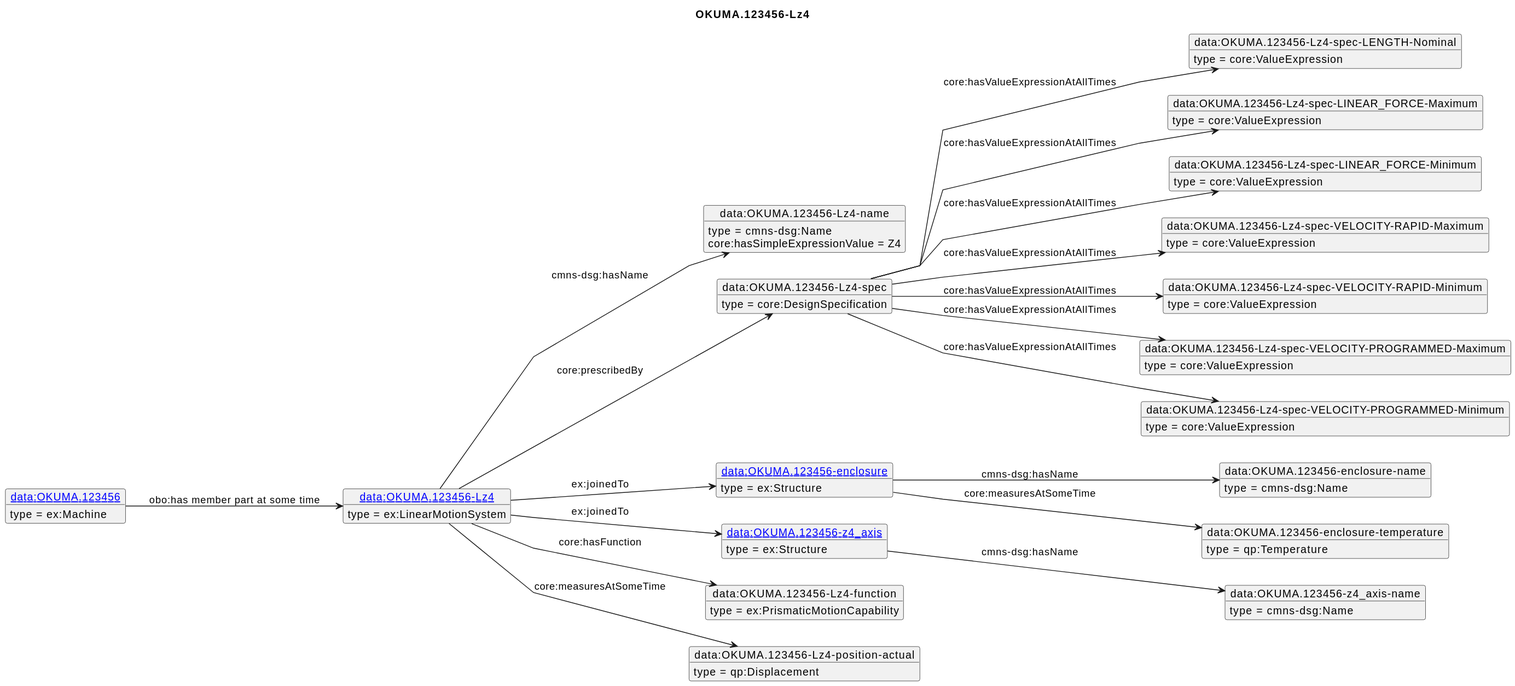
Before: diagrams/OKUMA.123456-Lz4.svg, a diagram exported from PlantUML (iofoundry/example-syseng-mtconnect). The source it was exported from:
```plantuml
@startuml
skinparam linetype polyline
left to right direction
title OKUMA.123456-Lz4
object "[[./OKUMA.123456-Lz4.html data:OKUMA.123456-Lz4]]" as o1 {
 type = ex:LinearMotionSystem
 }
object "data:OKUMA.123456-Lz4-name" as o2 {
 type = cmns-dsg:Name
 }
object "data:OKUMA.123456-Lz4-spec" as o3 {
 type = core:DesignSpecification
 }
object "data:OKUMA.123456-Lz4-spec-LENGTH-Nominal" as o4 {
 type = core:ValueExpression
 }
object "data:OKUMA.123456-Lz4-spec-LINEAR_FORCE-Maximum" as o5 {
 type = core:ValueExpression
 }
object "data:OKUMA.123456-Lz4-spec-LINEAR_FORCE-Minimum" as o6 {
 type = core:ValueExpression
 }
object "data:OKUMA.123456-Lz4-spec-VELOCITY-RAPID-Maximum" as o7 {
 type = core:ValueExpression
 }
object "data:OKUMA.123456-Lz4-spec-VELOCITY-RAPID-Minimum" as o8 {
 type = core:ValueExpression
 }
object "data:OKUMA.123456-Lz4-spec-VELOCITY-PROGRAMMED-Maximum" as o9 {
 type = core:ValueExpression
 }
object "data:OKUMA.123456-Lz4-spec-VELOCITY-PROGRAMMED-Minimum" as o10 {
 type = core:ValueExpression
 }
object "[[./OKUMA.123456-enclosure.html data:OKUMA.123456-enclosure]]" as o11 {
 type = ex:Structure
 }
object "data:OKUMA.123456-enclosure-name" as o12 {
 type = cmns-dsg:Name
 }
object "data:OKUMA.123456-enclosure-temperature" as o13 {
 type = qp:Temperature
 }
object "[[./OKUMA.123456-z4_axis.html data:OKUMA.123456-z4_axis]]" as o14 {
 type = ex:Structure
 }
object "data:OKUMA.123456-z4_axis-name" as o15 {
 type = cmns-dsg:Name
 }
object "data:OKUMA.123456-Lz4-function" as o16 {
 type = ex:PrismaticMotionCapability
 }
object "data:OKUMA.123456-Lz4-position-actual" as o17 {
 type = qp:Displacement
 }
object "[[./OKUMA.123456.html data:OKUMA.123456]]" as o18 {
 type = ex:Machine
 }
o1 --> o2 : cmns-dsg:hasName
o2 : core:hasSimpleExpressionValue = Z4
o1 --> o3 : core:prescribedBy
o3 --> o4 : core:hasValueExpressionAtAllTimes
o3 --> o5 : core:hasValueExpressionAtAllTimes
o3 --> o6 : core:hasValueExpressionAtAllTimes
o3 --> o7 : core:hasValueExpressionAtAllTimes
o3 --> o8 : core:hasValueExpressionAtAllTimes
o3 --> o9 : core:hasValueExpressionAtAllTimes
o3 --> o10 : core:hasValueExpressionAtAllTimes
o1 --> o11 : ex:joinedTo
o11 --> o12 : cmns-dsg:hasName
o11 --> o13 : core:measuresAtSomeTime
o1 --> o14 : ex:joinedTo
o14 --> o15 : cmns-dsg:hasName
o1 --> o16 : core:hasFunction
o1 --> o17 : core:measuresAtSomeTime
o18 --> o1 : obo:has member part at some time
@enduml
```
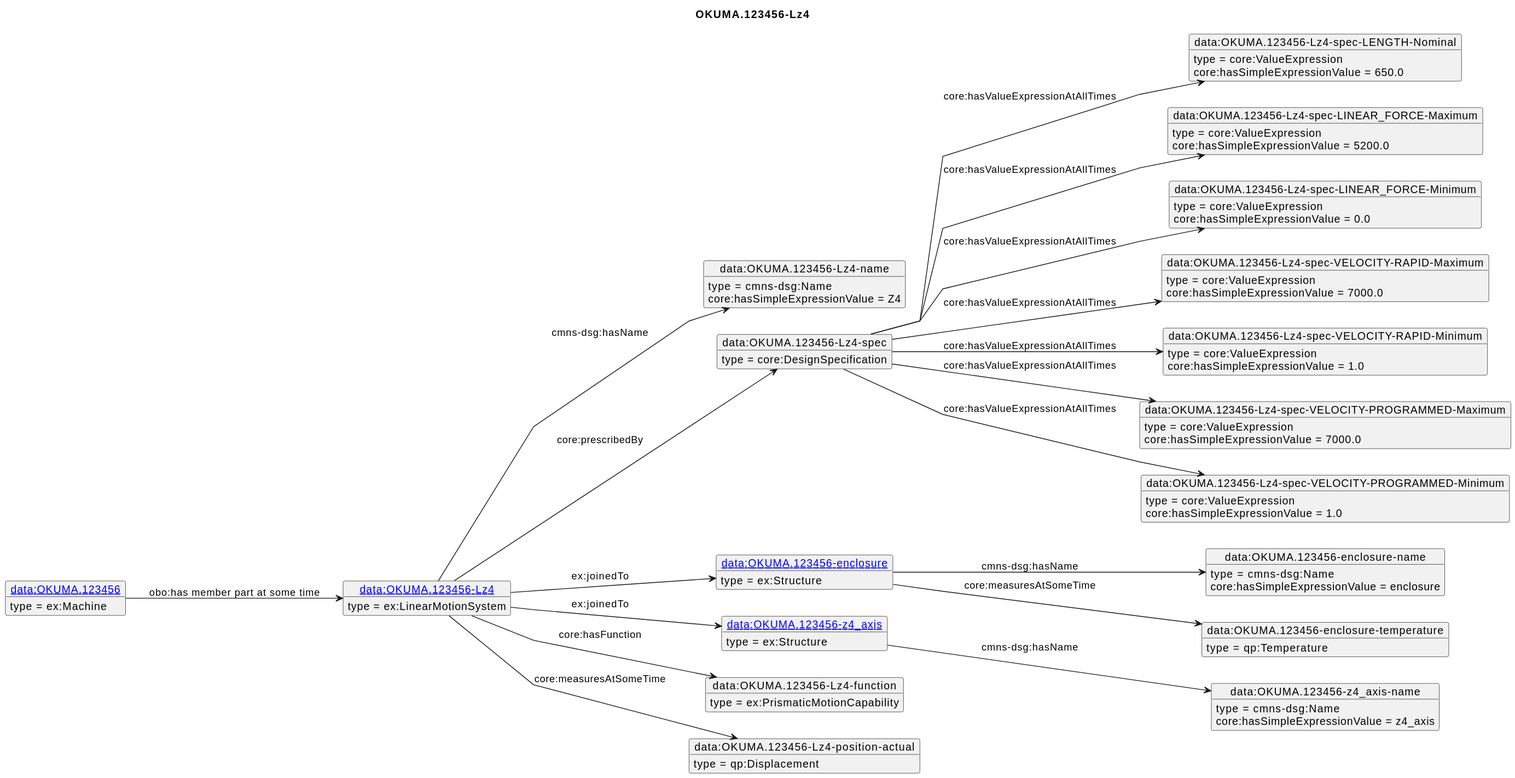
The same file after the commit.

Diff of the diagram source:
```diff
@@ -60,17 +60,26 @@
 o2 : core:hasSimpleExpressionValue = Z4
 o1 --> o3 : core:prescribedBy
 o3 --> o4 : core:hasValueExpressionAtAllTimes
+o4 : core:hasSimpleExpressionValue = 650.0
 o3 --> o5 : core:hasValueExpressionAtAllTimes
+o5 : core:hasSimpleExpressionValue = 5200.0
 o3 --> o6 : core:hasValueExpressionAtAllTimes
+o6 : core:hasSimpleExpressionValue = 0.0
 o3 --> o7 : core:hasValueExpressionAtAllTimes
+o7 : core:hasSimpleExpressionValue = 7000.0
 o3 --> o8 : core:hasValueExpressionAtAllTimes
+o8 : core:hasSimpleExpressionValue = 1.0
 o3 --> o9 : core:hasValueExpressionAtAllTimes
+o9 : core:hasSimpleExpressionValue = 7000.0
 o3 --> o10 : core:hasValueExpressionAtAllTimes
+o10 : core:hasSimpleExpressionValue = 1.0
 o1 --> o11 : ex:joinedTo
 o11 --> o12 : cmns-dsg:hasName
+o12 : core:hasSimpleExpressionValue = enclosure
 o11 --> o13 : core:measuresAtSomeTime
 o1 --> o14 : ex:joinedTo
 o14 --> o15 : cmns-dsg:hasName
+o15 : core:hasSimpleExpressionValue = z4_axis
 o1 --> o16 : core:hasFunction
 o1 --> o17 : core:measuresAtSomeTime
 o18 --> o1 : obo:has member part at some time
```
